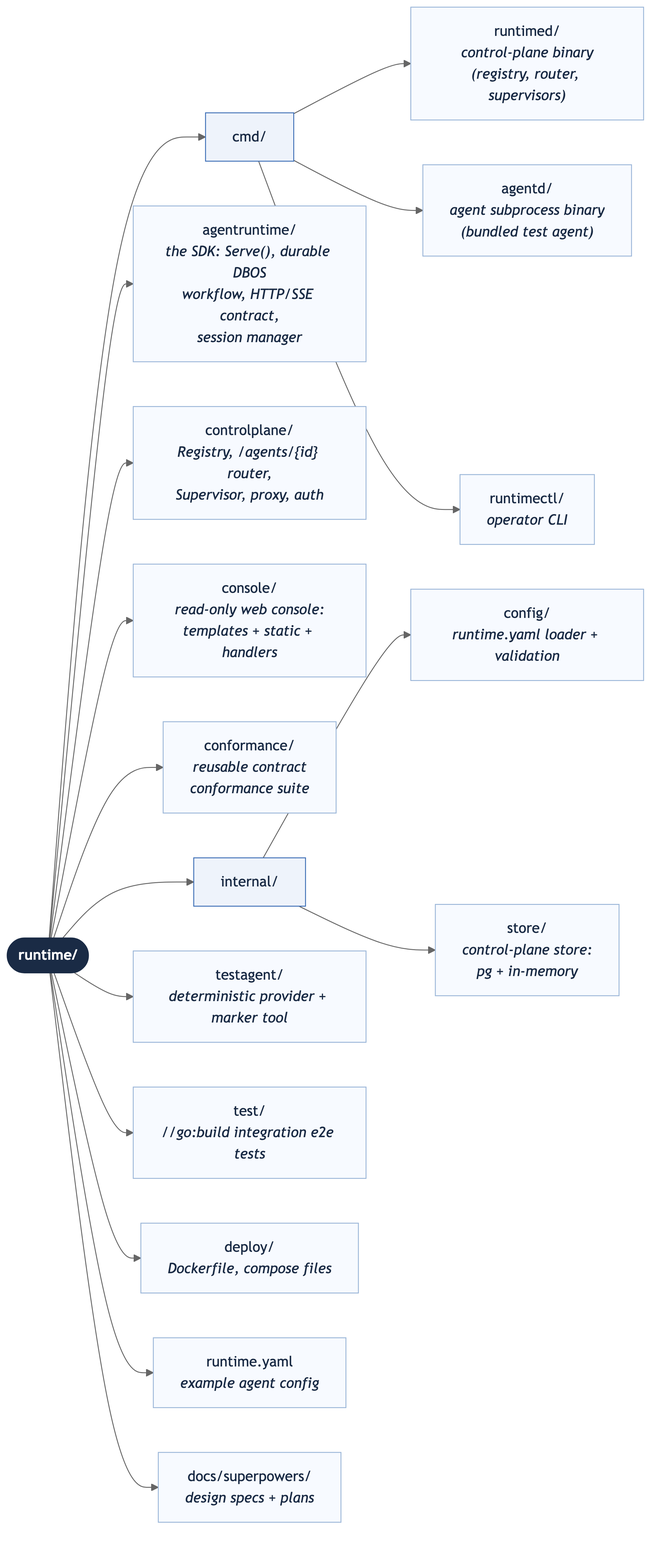
This is docs/images/project-layout.png from sausheong/runtime, a Mermaid export, as it was before one commit. Its source is kept beside it as docs/images/project-layout.mmd.
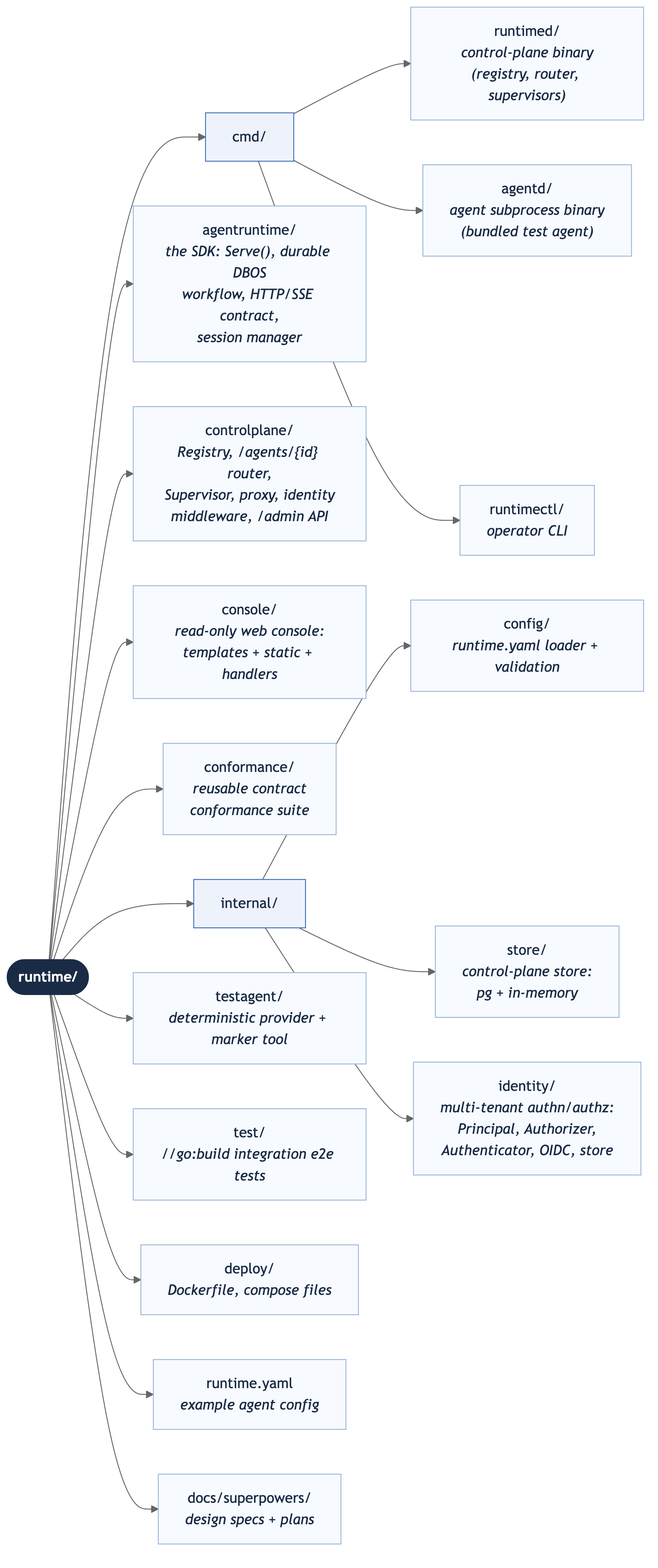
The same diagram one commit later.

Commit message:
docs: record Identity M1 milestone (README auth section, ROADMAP, layout diagram)

What changed in the source:
```diff
@@ -7,13 +7,14 @@
     runtimectl_b["runtimectl/<br/><i>operator CLI</i>"]
 
     sdk["agentruntime/<br/><i>the SDK: Serve(), durable DBOS<br/>workflow, HTTP/SSE contract,<br/>session manager</i>"]
-    ctrl["controlplane/<br/><i>Registry, /agents/{id} router,<br/>Supervisor, proxy, auth</i>"]
+    ctrl["controlplane/<br/><i>Registry, /agents/{id} router,<br/>Supervisor, proxy, identity<br/>middleware, /admin API</i>"]
     console["console/<br/><i>read-only web console:<br/>templates + static + handlers</i>"]
     conf["conformance/<br/><i>reusable contract<br/>conformance suite</i>"]
 
     internal["internal/"]
     cfg["config/<br/><i>runtime.yaml loader + validation</i>"]
     store["store/<br/><i>control-plane store:<br/>pg + in-memory</i>"]
+    ident["identity/<br/><i>multi-tenant authn/authz:<br/>Principal, Authorizer,<br/>Authenticator, OIDC, store</i>"]
 
     testagent["testagent/<br/><i>deterministic provider + marker tool</i>"]
     test["test/<br/><i>//go:build integration e2e tests</i>"]
@@ -32,6 +33,7 @@
     root --> internal
     internal --> cfg
     internal --> store
+    internal --> ident
     root --> testagent
     root --> test
     root --> deploy
@@ -44,4 +46,4 @@
 
     class root rootNode;
     class cmd,internal dir;
-    class runtimed_b,agentd_b,runtimectl_b,sdk,ctrl,console,conf,cfg,store,testagent,test,deploy,yaml,docs leaf;
+    class runtimed_b,agentd_b,runtimectl_b,sdk,ctrl,console,conf,cfg,store,ident,testagent,test,deploy,yaml,docs leaf;
```
